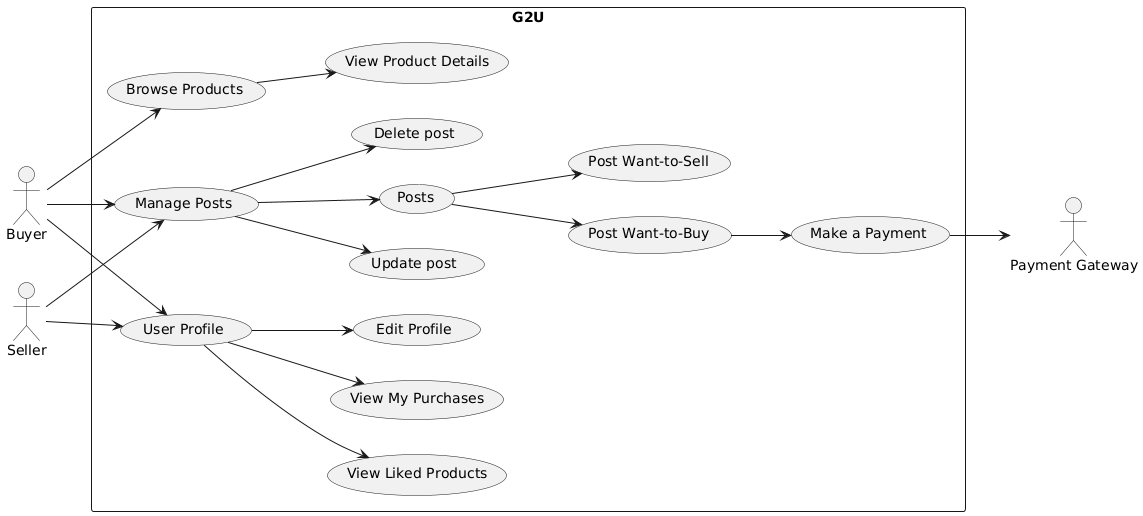
Earlier version of the PlantUML export final_report/chapters/ch-03/00_usecase.png (G2U-CPE36/G2U_docs). Source of this version:
```plantuml
@startuml
left to right direction

actor "Buyer" as Buyer
actor "Seller" as Seller
actor "Payment Gateway" as PaymentGateway

rectangle "G2U" {
    usecase "Browse Products" as BrowseProduct
    usecase "View Product Details" as ViewProduct
    usecase "User Profile" as UserProfile
    usecase "Edit Profile" as EditProfile
    usecase "View Liked Products" as LikedProducts
    usecase "View My Purchases" as MyPurchases
    usecase "Manage Posts" as ManagePosts
    usecase "Post Want-to-Buy" as WantToBuy
    usecase "Post Want-to-Sell" as WantToSell
    usecase "Make a Payment" as MakePayment
    usecase "Delete post" as DeletePost
    usecase "Update post" as UpdatePost
    usecase "Posts" as Posts
}

Buyer--> BrowseProduct
Buyer --> UserProfile
Buyer --> ManagePosts

Seller --> UserProfile
Seller --> ManagePosts

BrowseProduct --> ViewProduct


ManagePosts --> DeletePost
ManagePosts --> UpdatePost
ManagePosts --> Posts

Posts--> WantToBuy
Posts--> WantToSell

UserProfile -->LikedProducts
UserProfile -->EditProfile
UserProfile -->MyPurchases

WantToBuy -->MakePayment
MakePayment -->PaymentGateway
@enduml
```
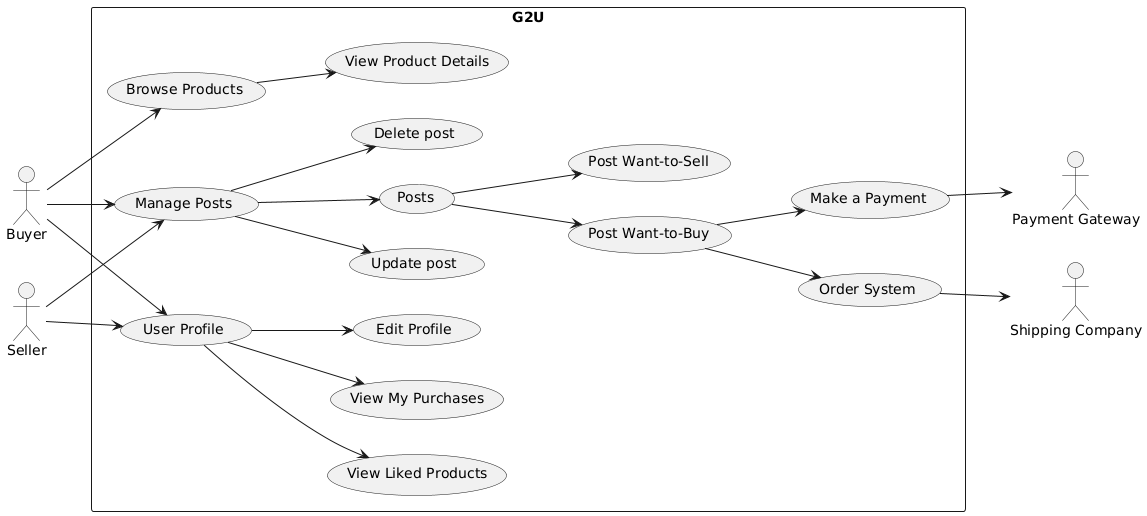
Later version of the same file.

Commit message:
Update: usecase diagram

Change to the diagram source:
```diff
@@ -4,6 +4,7 @@
 actor "Buyer" as Buyer
 actor "Seller" as Seller
 actor "Payment Gateway" as PaymentGateway
+actor "Shipping Company" as ShippingCompany
 
 rectangle "G2U" {
     usecase "Browse Products" as BrowseProduct
@@ -19,6 +20,7 @@
     usecase "Delete post" as DeletePost
     usecase "Update post" as UpdatePost
     usecase "Posts" as Posts
+    usecase "Order System" as OrderSystem
 }
 
 Buyer--> BrowseProduct
@@ -38,10 +40,12 @@
 Posts--> WantToBuy
 Posts--> WantToSell
 
-UserProfile -->LikedProducts
-UserProfile -->EditProfile
-UserProfile -->MyPurchases
+UserProfile --> LikedProducts
+UserProfile --> EditProfile
+UserProfile --> MyPurchases
 
-WantToBuy -->MakePayment
-MakePayment -->PaymentGateway
+WantToBuy --> MakePayment
+WantToBuy  --> OrderSystem
+OrderSystem --> ShippingCompany
+MakePayment --> PaymentGateway
 @enduml
```
